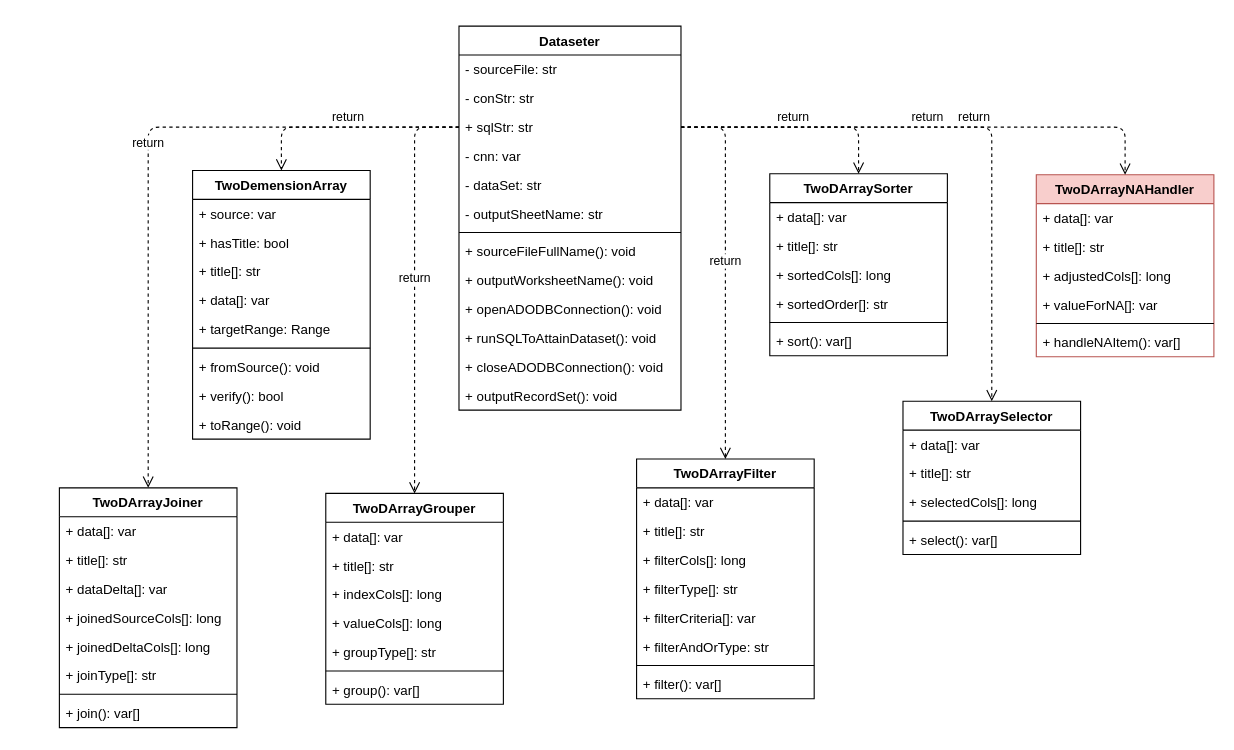
Youjwxyz/VBA_Library keeps this draw.io diagram as page "TwoDArrayer" (3 of 10) of Master UML For VBA Class.drawio. Above is the earlier version. Source tidied: cells renumbered, new cells numbered last; positions are measured from the earlier drawing's top-left corner, leaving out a move shared by most shapes. Both pictures are drawn from the tidied source at 111%, with x=0, y=0 at pixel (59, 26).
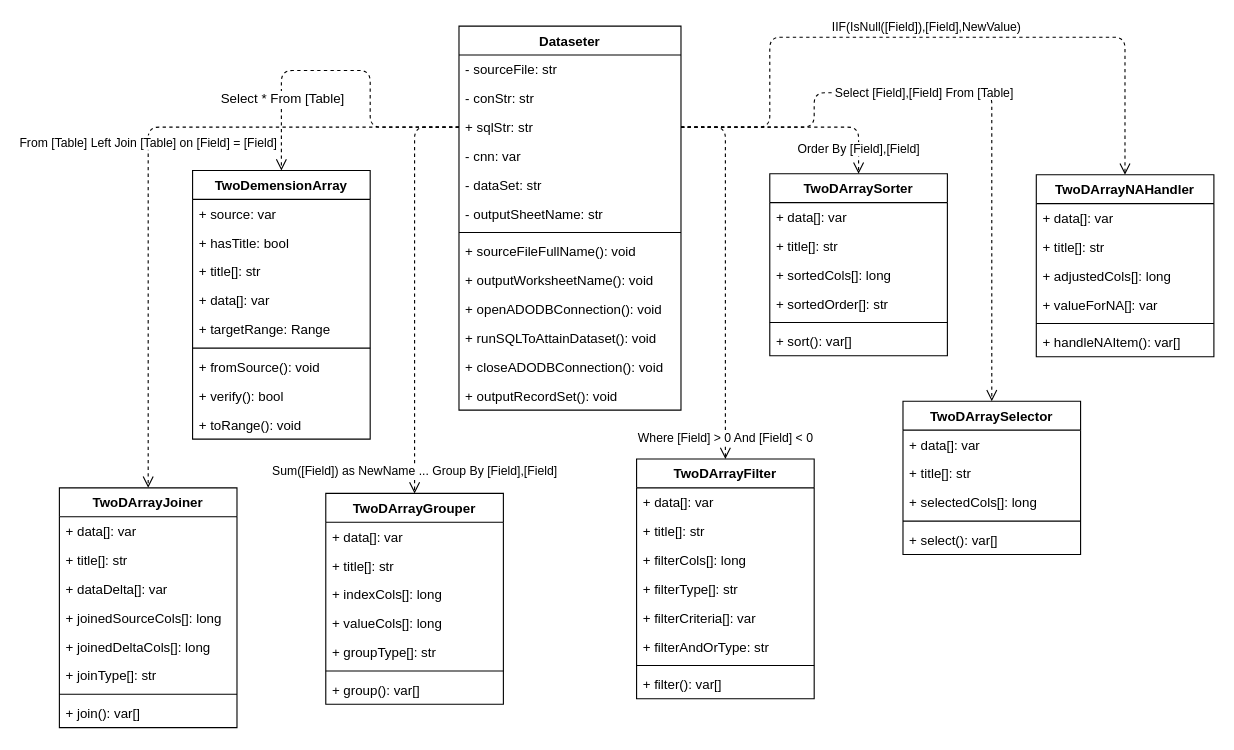
After the change.

Unchanged cells that the change refers to:
```xml
<mxCell id="2" value="TwoDemensionArray" style="swimlane;fontStyle=1;align=center;verticalAlign=top;horizontal=1;startSize=26;" parent="1" vertex="1">
  <mxGeometry x="120" y="130.1" width="160" height="242" as="geometry" />
</mxCell>
<mxCell id="12" value="TwoDArrayFilter" style="swimlane;fontStyle=1;align=center;verticalAlign=top;horizontal=1;startSize=26;" parent="1" vertex="1">
  <mxGeometry x="520" y="390" width="160" height="216" as="geometry" />
</mxCell>
<mxCell id="21" value="TwoDArrayGrouper" style="swimlane;fontStyle=1;align=center;verticalAlign=top;horizontal=1;startSize=26;" parent="1" vertex="1">
  <mxGeometry x="240" y="421" width="160" height="190" as="geometry" />
</mxCell>
<mxCell id="29" value="TwoDArraySelector" style="swimlane;fontStyle=1;align=center;verticalAlign=top;horizontal=1;startSize=26;" parent="1" vertex="1">
  <mxGeometry x="760" y="338" width="160" height="138" as="geometry" />
</mxCell>
<mxCell id="42" value="TwoDArrayJoiner" style="swimlane;fontStyle=1;align=center;verticalAlign=top;horizontal=1;startSize=26;" parent="1" vertex="1">
  <mxGeometry y="416" width="160" height="216" as="geometry" />
</mxCell>
<mxCell id="51" value="TwoDArraySorter" style="swimlane;fontStyle=1;align=center;verticalAlign=top;horizontal=1;startSize=26;" parent="1" vertex="1">
  <mxGeometry x="640" y="133" width="160" height="164" as="geometry" />
</mxCell>
<mxCell id="61" value="+ sqlStr: str" style="text;strokeColor=none;fillColor=none;align=left;verticalAlign=top;spacingLeft=4;spacingRight=4;overflow=hidden;points=[[0,0.5],[1,0.5]];portConstraint=eastwest;" parent="58" vertex="1">
  <mxGeometry y="78" width="200" height="26" as="geometry" />
</mxCell>
```

Change to the diagram source:
```diff
@@
-    <mxCell id="35" value="TwoDArrayNAHandler" style="swimlane;fontStyle=1;align=center;verticalAlign=top;horizontal=1;startSize=26;fillColor=#f8cecc;strokeColor=#b85450;" parent="1" vertex="1">
+    <mxCell id="35" value="TwoDArrayNAHandler" style="swimlane;fontStyle=1;align=center;verticalAlign=top;horizontal=1;startSize=26;" parent="1" vertex="1">
       <mxGeometry x="880.1" y="133.9" width="160" height="164" as="geometry" />
     </mxCell>
@@
-    <mxCell id="72" value="return" style="html=1;verticalAlign=bottom;endArrow=open;dashed=1;endSize=8;entryX=0.5;entryY=0;entryDx=0;entryDy=0;exitX=0;exitY=0.5;exitDx=0;exitDy=0;edgeStyle=orthogonalEdgeStyle;" parent="1" edge="1" source="61" target="2">
-      <mxGeometry relative="1" as="geometry" />
+    <mxCell id="72" style="html=1;verticalAlign=bottom;endArrow=open;dashed=1;endSize=8;entryX=0.5;entryY=0;entryDx=0;entryDy=0;exitX=0;exitY=0.5;exitDx=0;exitDy=0;edgeStyle=orthogonalEdgeStyle;" parent="1" edge="1" source="61" target="2">
+      <mxGeometry x="0.6" relative="1" as="geometry">
+        <Array as="points">
+          <mxPoint x="280" y="91" />
+          <mxPoint x="280" y="40" />
+          <mxPoint x="200" y="40" />
+        </Array>
+      </mxGeometry>
     </mxCell>
+    <mxCell id="79" value="&lt;span&gt;Select * From [Table]&lt;/span&gt;" style="text;html=1;align=center;verticalAlign=middle;labelBackgroundColor=#ffffff;" parent="72" vertex="1">
+      <mxGeometry x="0.32" relative="1" as="geometry">
+        <mxPoint x="-12" y="25" as="offset" />
+      </mxGeometry>
+    </mxCell>
-    <mxCell id="73" value="return" style="html=1;verticalAlign=bottom;endArrow=open;dashed=1;endSize=8;entryX=0.5;entryY=0;entryDx=0;entryDy=0;edgeStyle=orthogonalEdgeStyle;exitX=0;exitY=0.5;exitDx=0;exitDy=0;" parent="1" edge="1" source="61" target="42">
+    <mxCell id="73" value="From [Table] Left Join [Table] on [Field] = [Field]&lt;br&gt;" style="html=1;verticalAlign=bottom;endArrow=open;dashed=1;endSize=8;entryX=0.5;entryY=0;entryDx=0;entryDy=0;edgeStyle=orthogonalEdgeStyle;exitX=0;exitY=0.5;exitDx=0;exitDy=0;" parent="1" edge="1" source="61" target="42">
       <mxGeometry relative="1" as="geometry" />
     </mxCell>
-    <mxCell id="74" value="return" style="html=1;verticalAlign=bottom;endArrow=open;dashed=1;endSize=8;edgeStyle=orthogonalEdgeStyle;exitX=0;exitY=0.5;exitDx=0;exitDy=0;" parent="1" edge="1" source="61" target="21">
-      <mxGeometry relative="1" as="geometry" />
+    <mxCell id="74" value="Sum([Field]) as NewName ... Group By [Field],[Field]" style="html=1;verticalAlign=bottom;endArrow=open;dashed=1;endSize=8;edgeStyle=orthogonalEdgeStyle;exitX=0;exitY=0.5;exitDx=0;exitDy=0;" parent="1" edge="1" source="61" target="21">
+      <mxGeometry x="0.94" relative="1" as="geometry" />
     </mxCell>
-    <mxCell id="75" value="return" style="html=1;verticalAlign=bottom;endArrow=open;dashed=1;endSize=8;entryX=0.5;entryY=0;entryDx=0;entryDy=0;exitX=1;exitY=0.5;exitDx=0;exitDy=0;edgeStyle=orthogonalEdgeStyle;" parent="1" edge="1" source="61" target="12">
-      <mxGeometry relative="1" as="geometry" />
+    <mxCell id="75" value="Where [Field] &amp;gt; 0 And [Field] &amp;lt; 0" style="html=1;verticalAlign=bottom;endArrow=open;dashed=1;endSize=8;entryX=0.5;entryY=0;entryDx=0;entryDy=0;exitX=1;exitY=0.5;exitDx=0;exitDy=0;edgeStyle=orthogonalEdgeStyle;" parent="1" edge="1" source="61" target="12">
+      <mxGeometry x="0.94" relative="1" as="geometry" />
     </mxCell>
-    <mxCell id="76" value="return" style="html=1;verticalAlign=bottom;endArrow=open;dashed=1;endSize=8;exitX=1;exitY=0.5;exitDx=0;exitDy=0;edgeStyle=orthogonalEdgeStyle;" parent="1" edge="1" source="61" target="35">
-      <mxGeometry relative="1" as="geometry" />
+    <mxCell id="76" value="&lt;span&gt;IIF(IsNull([Field]),[Field],NewValue)&lt;/span&gt;" style="html=1;verticalAlign=bottom;endArrow=open;dashed=1;endSize=8;exitX=1;exitY=0.5;exitDx=0;exitDy=0;edgeStyle=orthogonalEdgeStyle;" parent="1" edge="1" source="61" target="35">
+      <mxGeometry relative="1" as="geometry">
+        <Array as="points">
+          <mxPoint x="640" y="91" />
+          <mxPoint x="640" y="10" />
+          <mxPoint x="960" y="10" />
+        </Array>
+      </mxGeometry>
     </mxCell>
-    <mxCell id="77" value="return" style="html=1;verticalAlign=bottom;endArrow=open;dashed=1;endSize=8;exitX=1;exitY=0.5;exitDx=0;exitDy=0;edgeStyle=orthogonalEdgeStyle;" parent="1" edge="1" source="61" target="29">
-      <mxGeometry relative="1" as="geometry" />
+    <mxCell id="77" value="Select [Field],[Field] From [Table]" style="verticalAlign=middle;endArrow=open;dashed=1;endSize=8;exitX=1;exitY=0.5;exitDx=0;exitDy=0;edgeStyle=orthogonalEdgeStyle;horizontal=1;html=1;" parent="1" edge="1" source="61" target="29">
+      <mxGeometry x="-0.15" relative="1" as="geometry">
+        <Array as="points">
+          <mxPoint x="680" y="91" />
+          <mxPoint x="680" y="60" />
+          <mxPoint x="840" y="60" />
+        </Array>
+      </mxGeometry>
     </mxCell>
-    <mxCell id="78" value="return" style="html=1;verticalAlign=bottom;endArrow=open;dashed=1;endSize=8;exitX=1;exitY=0.5;exitDx=0;exitDy=0;edgeStyle=orthogonalEdgeStyle;" parent="1" edge="1" source="61" target="51">
-      <mxGeometry relative="1" as="geometry" />
+    <mxCell id="78" value="Order By [Field],[Field]" style="html=1;verticalAlign=bottom;endArrow=open;dashed=1;endSize=8;exitX=1;exitY=0.5;exitDx=0;exitDy=0;edgeStyle=orthogonalEdgeStyle;" parent="1" edge="1" source="61" target="51">
+      <mxGeometry x="0.87" relative="1" as="geometry" />
     </mxCell>
```
